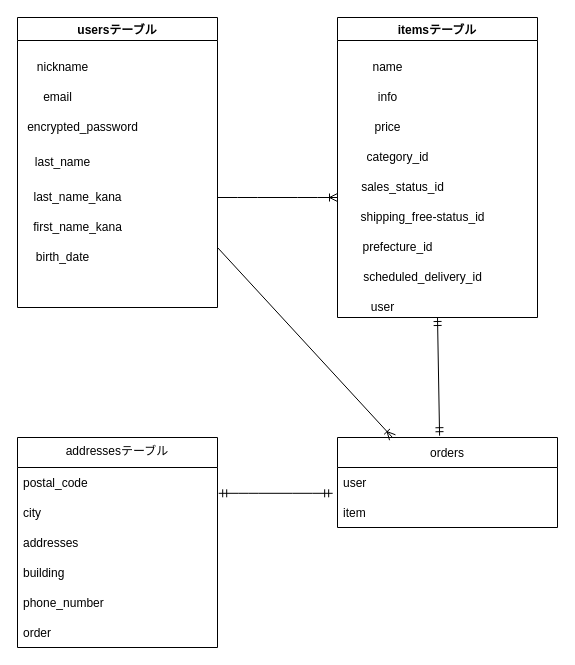
Before: ER.dio in mura33/furima-kagawa2022-Setouchi-Mussle, a draw.io diagram. Source tidied: cells renumbered, new cells numbered last; positions are measured from the earlier drawing's top-left corner, leaving out a move shared by most shapes. Both pictures are drawn from the tidied source at 100%, with x=0, y=0 at pixel (17, 17).
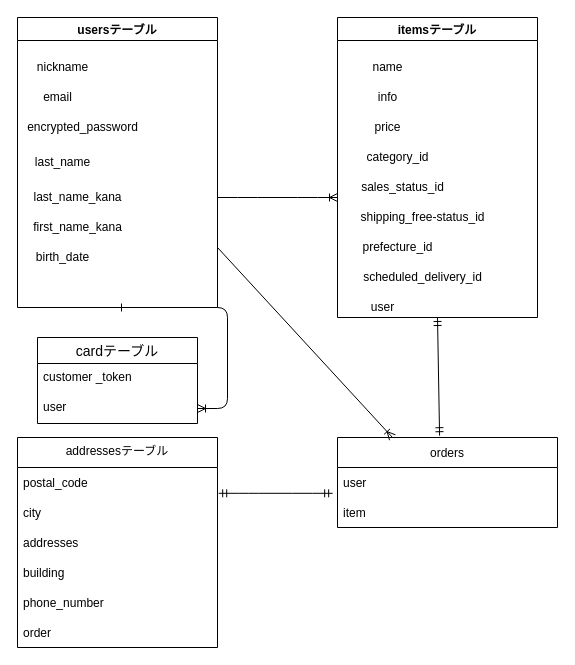
The same diagram, later.

Commit message:
ER図にcardテーブル追加

The change refers to these unchanged cells:
```xml
<mxCell id="2" value="usersテーブル" style="swimlane;" parent="1" vertex="1">
  <mxGeometry width="200" height="290" as="geometry" />
</mxCell>
```

Diff of the diagram source:
```diff
@@
+    <mxCell id="34" style="edgeStyle=entityRelationEdgeStyle;html=1;exitX=0.5;exitY=1;exitDx=0;exitDy=0;startArrow=ERone;startFill=0;endArrow=ERoneToMany;endFill=0;" parent="1" edge="1" source="2" target="37">
+      <mxGeometry relative="1" as="geometry" />
+    </mxCell>
@@
+    <mxCell id="35" value="cardテーブル" style="swimlane;fontStyle=0;horizontal=1;startSize=26;align=center;fontSize=14;" parent="1" vertex="1">
+      <mxGeometry x="20" y="320" width="160" height="86" as="geometry" />
+    </mxCell>
+    <mxCell id="36" value="customer _token" style="text;strokeColor=none;fillColor=none;spacingLeft=4;spacingRight=4;overflow=hidden;fontSize=12;" parent="35" vertex="1">
+      <mxGeometry y="26" width="160" height="30" as="geometry" />
+    </mxCell>
+    <mxCell id="37" value="user" style="text;strokeColor=none;fillColor=none;spacingLeft=4;spacingRight=4;overflow=hidden;points=[[0,0.5],[1,0.5]];portConstraint=eastwest;fontSize=12;" parent="35" vertex="1">
+      <mxGeometry y="56" width="160" height="30" as="geometry" />
+    </mxCell>
```
